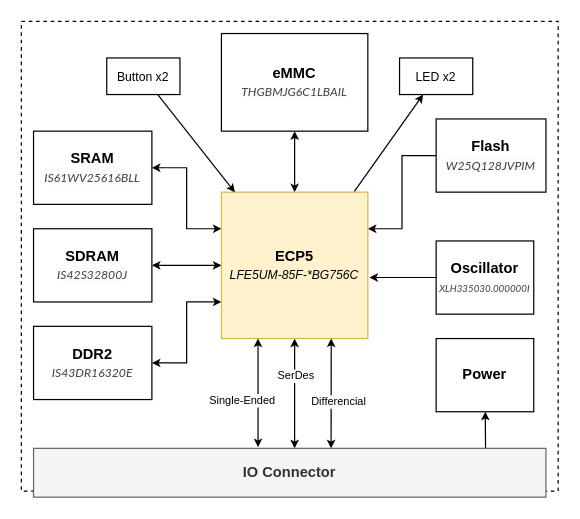
ECAP5/ECAP5-BSOM keeps this draw.io diagram as docs/src/assets/overview.drawio. Above is the earlier version. Source tidied: cells renumbered, new cells numbered last; positions are measured from the earlier drawing's top-left corner, leaving out a move shared by most shapes. Both pictures are drawn from the tidied source at 122%, with x=0, y=0 at pixel (21, 21).
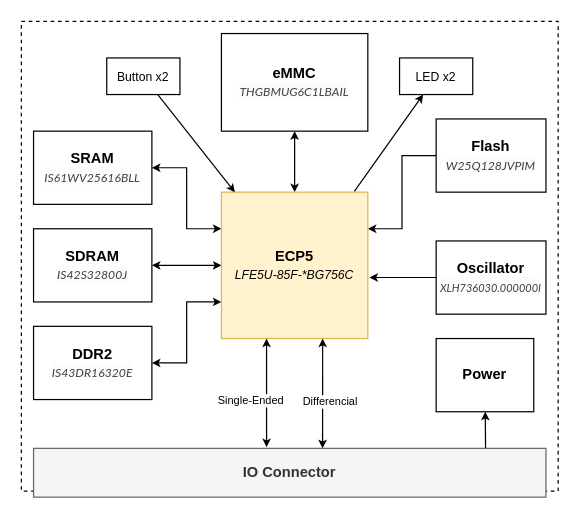
The same page after the edit.

Unchanged cells that the change refers to:
```xml
<mxCell id="2" style="rounded=0;whiteSpace=wrap;html=1;fillColor=default;dashed=1;" parent="1" vertex="1">
  <mxGeometry width="440" height="385" as="geometry" />
</mxCell>
```

Diff of the diagram source:
```diff
@@
-    <mxCell id="8" style="rounded=0;jettySize=auto;html=1;startArrow=classic;startFill=1;endSize=4;startSize=4;" parent="1" edge="1" source="10">
-      <mxGeometry relative="1" as="geometry">
-        <mxPoint x="224" y="350" as="targetPoint" />
-      </mxGeometry>
-    </mxCell>
-    <mxCell id="9" value="SerDes" style="edgeLabel;html=1;align=center;verticalAlign=middle;fontSize=9;fontStyle=0;" parent="8" vertex="1">
-      <mxGeometry x="-0.16" y="-2" relative="1" as="geometry">
-        <mxPoint x="2" y="-8" as="offset" />
-      </mxGeometry>
-    </mxCell>
-    <mxCell id="10" value="&lt;b&gt;ECP5&lt;/b&gt;&lt;div&gt;&lt;font style=&quot;font-size: 10px;&quot;&gt;&lt;i&gt;LFE5UM-85F-*BG756C&lt;/i&gt;&lt;/font&gt;&lt;/div&gt;" style="whiteSpace=wrap;html=1;fillColor=#fff2cc;strokeColor=#d6b656;" parent="1" vertex="1">
+    <mxCell id="10" value="&lt;b&gt;ECP5&lt;/b&gt;&lt;div&gt;&lt;font style=&quot;font-size: 10px;&quot;&gt;&lt;i&gt;LFE5U-85F-*BG756C&lt;/i&gt;&lt;/font&gt;&lt;/div&gt;" style="whiteSpace=wrap;html=1;fillColor=#fff2cc;strokeColor=#d6b656;" parent="1" vertex="1">
       <mxGeometry x="164" y="140" width="120" height="120" as="geometry" />
     </mxCell>
@@
-    <mxCell id="13" value="&lt;b&gt;eMMC&lt;/b&gt;&lt;div style=&quot;&quot;&gt;&lt;span style=&quot;caret-color: rgb(64, 64, 64); color: rgb(64, 64, 64); font-family: Lato, proxima-nova, &amp;quot;Helvetica Neue&amp;quot;, Arial, sans-serif; text-align: start; background-color: rgb(252, 252, 252);&quot;&gt;&lt;i style=&quot;&quot;&gt;&lt;font style=&quot;font-size: 10px;&quot;&gt;THGBMJG6C1LBAIL&lt;/font&gt;&lt;/i&gt;&lt;/span&gt;&lt;b style=&quot;font-size: 10px;&quot;&gt;&lt;br&gt;&lt;/b&gt;&lt;/div&gt;" style="rounded=0;whiteSpace=wrap;html=1;" parent="1" vertex="1">
+    <mxCell id="13" value="&lt;b&gt;eMMC&lt;/b&gt;&lt;div style=&quot;&quot;&gt;&lt;span style=&quot;caret-color: rgb(64, 64, 64); color: rgb(64, 64, 64); font-family: Lato, proxima-nova, &amp;quot;Helvetica Neue&amp;quot;, Arial, sans-serif; text-align: start; background-color: rgb(252, 252, 252);&quot;&gt;&lt;i style=&quot;&quot;&gt;&lt;font style=&quot;font-size: 10px;&quot;&gt;THGBMUG6C1LBAIL&lt;/font&gt;&lt;/i&gt;&lt;/span&gt;&lt;b style=&quot;font-size: 10px;&quot;&gt;&lt;br&gt;&lt;/b&gt;&lt;/div&gt;" style="rounded=0;whiteSpace=wrap;html=1;" parent="1" vertex="1">
       <mxGeometry x="164" y="10" width="120" height="80" as="geometry" />
     </mxCell>
@@
-    <mxCell id="18" style="rounded=0;jettySize=auto;html=1;exitX=0.75;exitY=1;exitDx=0;exitDy=0;entryX=0.577;entryY=0.909;entryDx=0;entryDy=0;entryPerimeter=0;startArrow=classic;startFill=1;endSize=4;startSize=4;" parent="1" edge="1" source="10" target="2">
-      <mxGeometry relative="1" as="geometry" />
+    <mxCell id="18" style="rounded=0;orthogonalLoop=1;jettySize=auto;html=1;exitX=0.75;exitY=1;exitDx=0;exitDy=0;entryX=0.577;entryY=0.909;entryDx=0;entryDy=0;entryPerimeter=0;startArrow=classic;startFill=1;endSize=4;startSize=4;" parent="1" edge="1">
+      <mxGeometry relative="1" as="geometry">
+        <mxPoint x="247" y="260" as="sourcePoint" />
+        <mxPoint x="246.9" y="350" as="targetPoint" />
+      </mxGeometry>
     </mxCell>
@@
-    <mxCell id="21" style="rounded=0;jettySize=auto;html=1;exitX=0.25;exitY=1;exitDx=0;exitDy=0;startArrow=classic;startFill=1;endSize=4;startSize=4;" parent="1" edge="1" source="10">
+    <mxCell id="21" style="rounded=0;orthogonalLoop=1;jettySize=auto;html=1;exitX=0.25;exitY=1;exitDx=0;exitDy=0;startArrow=classic;startFill=1;endSize=4;startSize=4;" parent="1" edge="1">
       <mxGeometry relative="1" as="geometry">
-        <mxPoint x="194" y="349" as="targetPoint" />
+        <mxPoint x="201" y="260" as="sourcePoint" />
+        <mxPoint x="201" y="349" as="targetPoint" />
       </mxGeometry>
     </mxCell>
@@
-    <mxCell id="27" value="&lt;b&gt;Oscillator&lt;/b&gt;&lt;div&gt;&lt;i style=&quot;background-color: initial; font-size: 8px;&quot;&gt;&lt;span style=&quot;background-color: rgb(252, 252, 252); color: rgb(64, 64, 64); font-family: Lato, proxima-nova, &amp;quot;Helvetica Neue&amp;quot;, Arial, sans-serif; text-align: start; caret-color: rgb(64, 64, 64);&quot;&gt;XLH335030.000000I&lt;/span&gt;&lt;/i&gt;&lt;/div&gt;" style="rounded=0;whiteSpace=wrap;html=1;" parent="1" vertex="1">
-      <mxGeometry x="340" y="180" width="80" height="60" as="geometry" />
+    <mxCell id="27" value="&lt;b&gt;Oscillator&lt;/b&gt;&lt;div&gt;&lt;span style=&quot;caret-color: rgb(64, 64, 64); color: rgb(64, 64, 64); font-family: Lato, proxima-nova, &amp;quot;Helvetica Neue&amp;quot;, Arial, sans-serif; text-align: start; background-color: rgb(252, 252, 252);&quot;&gt;&lt;font size=&quot;1&quot; style=&quot;&quot;&gt;&lt;i style=&quot;font-size: 9px;&quot;&gt;XLH736030.000000I&lt;/i&gt;&lt;/font&gt;&lt;/span&gt;&lt;br&gt;&lt;/div&gt;" style="rounded=0;whiteSpace=wrap;html=1;" parent="1" vertex="1">
+      <mxGeometry x="340" y="180" width="90" height="60" as="geometry" />
     </mxCell>
```
